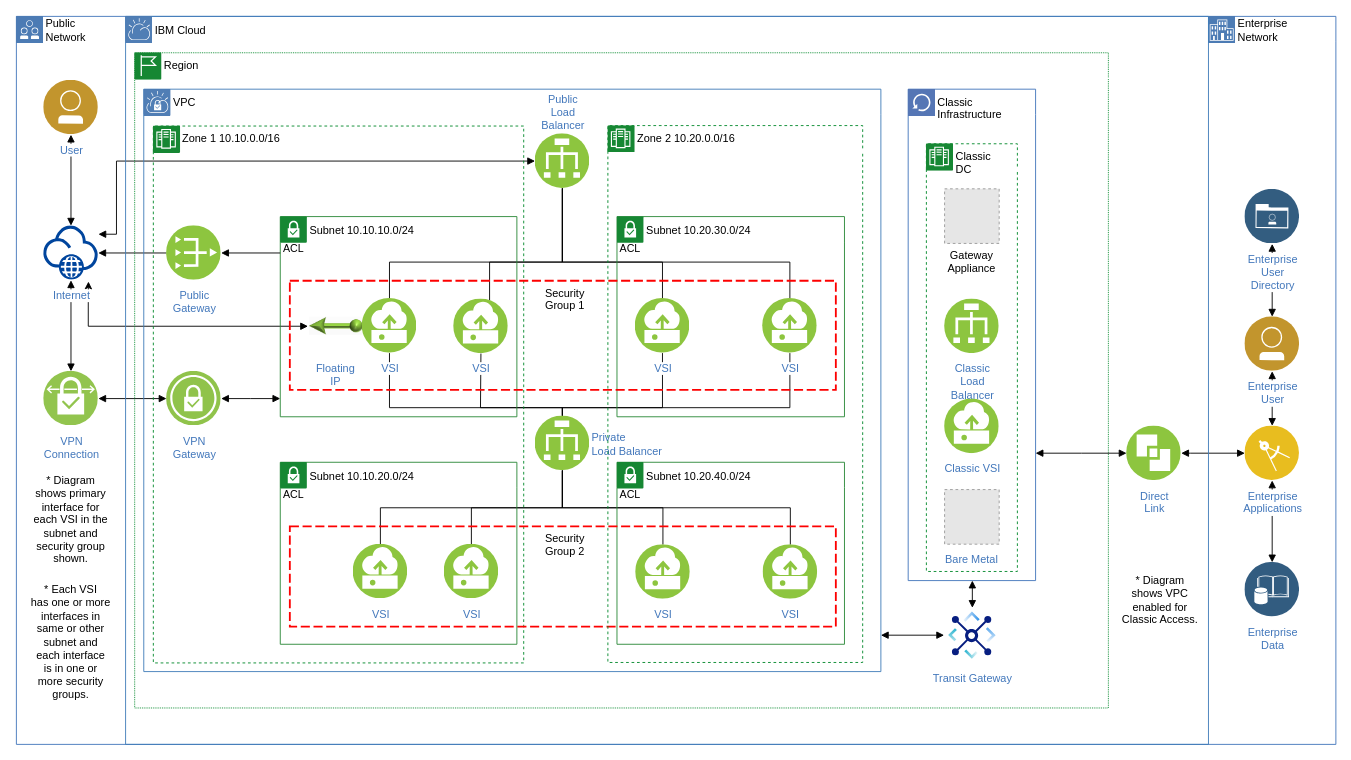
Above: sample-direct-link-Diagram.drawio in sethjano/ibm-cloud-stencils (draw.io), before the change. Source tidied: cells renumbered, new cells numbered last; positions are measured from the earlier drawing's top-left corner, leaving out a move shared by most shapes. Both pictures are drawn from the tidied source at 91%, with x=0, y=0 at pixel (16, 16). Pictures stored in the file or linked from it are replaced by grey dashed boxes.
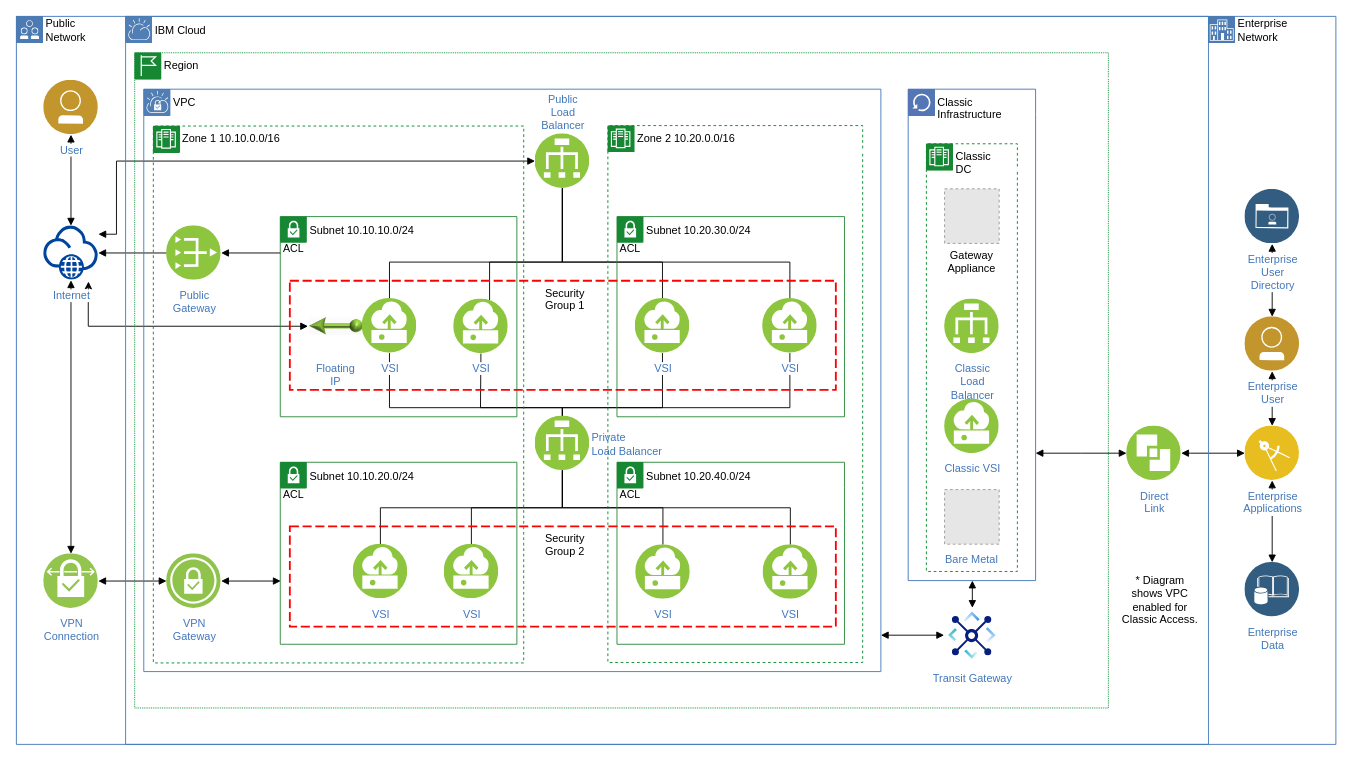
After the change.

The change refers to these unchanged cells:
```xml
<mxCell id="32" value="Zone 1 10.10.0.0/16" style="swimlane;fontStyle=0;horizontal=1;startSize=28;swimlaneLine=0;swimlaneFillColor=none;fillColor=none;rounded=0;whiteSpace=wrap;html=1;absoluteArcSize=1;arcSize=0;strokeColor=#00882B;verticalAlign=top;align=left;spacingLeft=30;dashed=1;strokeWidth=1;" parent="1" vertex="1">
  <mxGeometry x="150" y="120" width="407" height="590" as="geometry" />
</mxCell>
<mxCell id="48" style="swimlane;fontStyle=0;horizontal=1;startSize=28;swimlaneLine=0;swimlaneFillColor=none;fillColor=none;rounded=0;whiteSpace=wrap;html=1;absoluteArcSize=1;arcSize=0;strokeColor=#4376BB;verticalAlign=top;align=left;spacingLeft=5;dashed=0;strokeWidth=1;" parent="1" vertex="1">
  <mxGeometry x="-0.5" y="-0.5" width="1450" height="800" as="geometry" />
</mxCell>
```

Change to the diagram source:
```diff
@@
+    <mxCell id="67" value="VPN&lt;br&gt;Gateway" style="perimeter=ellipsePerimeter;html=1;align=center;shadow=0;dashed=0;fontColor=#4277BB;labelBackgroundColor=#ffffff;fontSize=12;spacingTop=3;image;image=img/lib/ibm/vpc/VPNGateway.svg;" parent="32" vertex="1">
+      <mxGeometry x="14.5" y="470" width="60" height="60" as="geometry" />
+    </mxCell>
@@
-    <mxCell id="55" value="* Each VSI&lt;br&gt;has one or more&lt;br&gt;interfaces in&lt;br&gt;same or other&lt;br&gt;subnet and&lt;br&gt;each interface&lt;br&gt;is in one or&lt;br&gt;more security&lt;br&gt;groups." style="text;html=1;align=center;verticalAlign=top;spacingTop=-4;" parent="48" vertex="1">
-      <mxGeometry x="9.5" y="620.5" width="100" height="120" as="geometry" />
-    </mxCell>
-    <mxCell id="56" value="* Diagram&lt;br&gt;shows primary&lt;br&gt;interface for&lt;br&gt;each VSI in the&lt;br&gt;subnet and&lt;br&gt;security group&lt;br&gt;shown." style="text;html=1;align=center;verticalAlign=top;spacingTop=-4;" parent="48" vertex="1">
-      <mxGeometry x="9.5" y="500.5" width="100" height="90" as="geometry" />
-    </mxCell>
+    <mxCell id="65" value="VPN&lt;br&gt;Connection" style="perimeter=ellipsePerimeter;html=1;align=center;shadow=0;dashed=0;fontColor=#4277BB;labelBackgroundColor=#ffffff;fontSize=12;spacingTop=3;image;image=img/lib/ibm/vpc/VPNConnection.svg;" parent="48" vertex="1">
+      <mxGeometry x="30" y="590.5" width="60" height="60" as="geometry" />
+    </mxCell>
@@
     <mxCell id="58" style="edgeStyle=orthogonalEdgeStyle;rounded=0;jettySize=auto;html=1;endArrow=block;endFill=1;startArrow=block;startFill=1;" parent="1" edge="1" source="67">
       <mxGeometry relative="1" as="geometry">
-        <mxPoint x="289.5" y="419.5" as="targetPoint" />
+        <mxPoint x="290" y="620" as="targetPoint" />
       </mxGeometry>
     </mxCell>
@@
-    <mxCell id="65" value="VPN&lt;br&gt;Connection" style="perimeter=ellipsePerimeter;html=1;align=center;shadow=0;dashed=0;fontColor=#4277BB;labelBackgroundColor=#ffffff;fontSize=12;spacingTop=3;image;image=img/lib/ibm/vpc/VPNConnection.svg;" parent="62" vertex="1">
-      <mxGeometry x="29.5" y="389.5" width="60" height="60" as="geometry" />
-    </mxCell>
@@
-    <mxCell id="67" value="VPN&lt;br&gt;Gateway" style="perimeter=ellipsePerimeter;html=1;align=center;shadow=0;dashed=0;fontColor=#4277BB;labelBackgroundColor=#ffffff;fontSize=12;spacingTop=3;image;image=img/lib/ibm/vpc/VPNGateway.svg;" parent="62" vertex="1">
-      <mxGeometry x="164.5" y="389.5" width="60" height="60" as="geometry" />
-    </mxCell>
```
